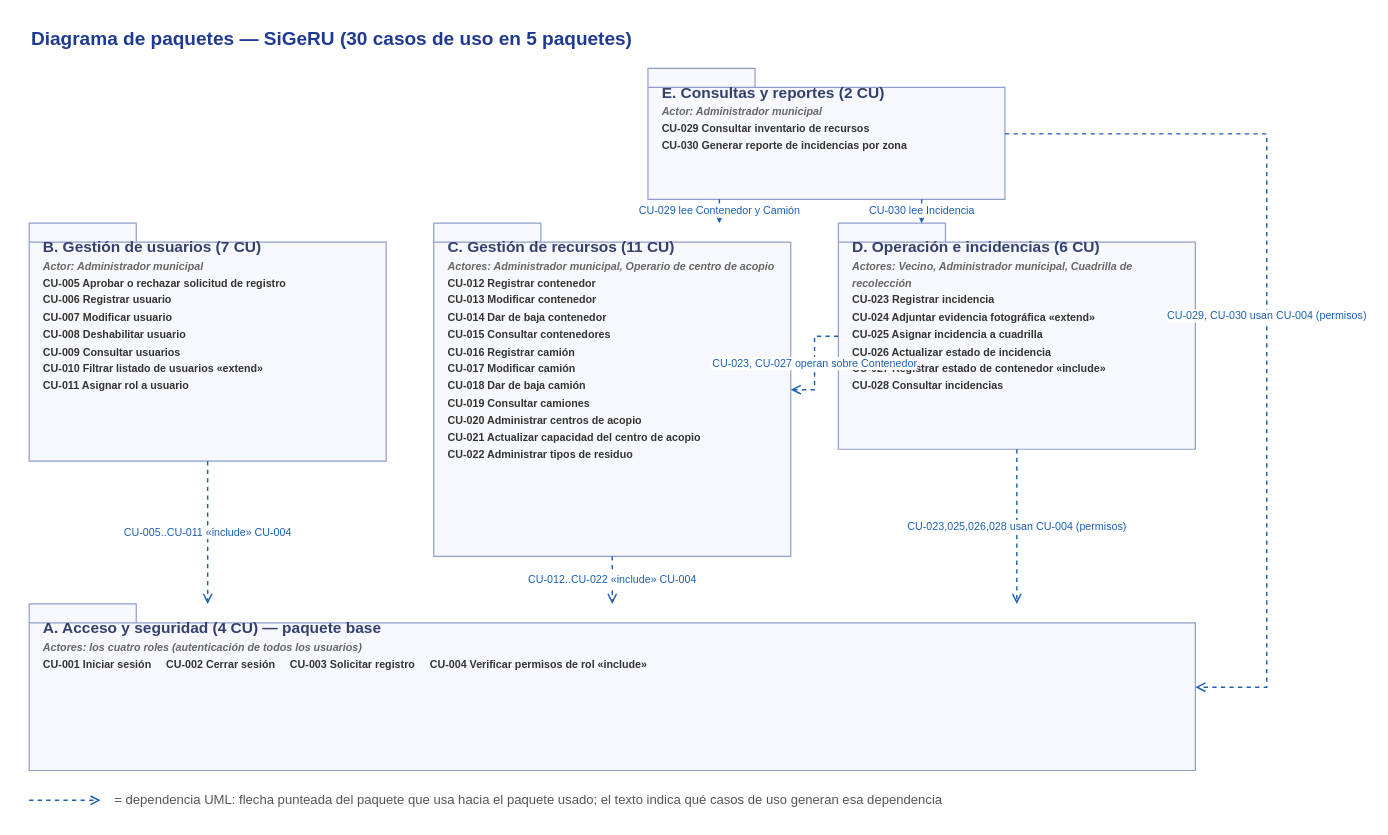
Before: ingenieria-software/Diagrama_Paquetes_SiGeRU.drawio in cosmos-esi-2026/sigeru, a draw.io diagram. Source tidied: cells renumbered, new cells numbered last; positions are measured from the earlier drawing's top-left corner, leaving out a move shared by most shapes. Both pictures are drawn from the tidied source at 119%, with x=0, y=0 at pixel (29, 20).
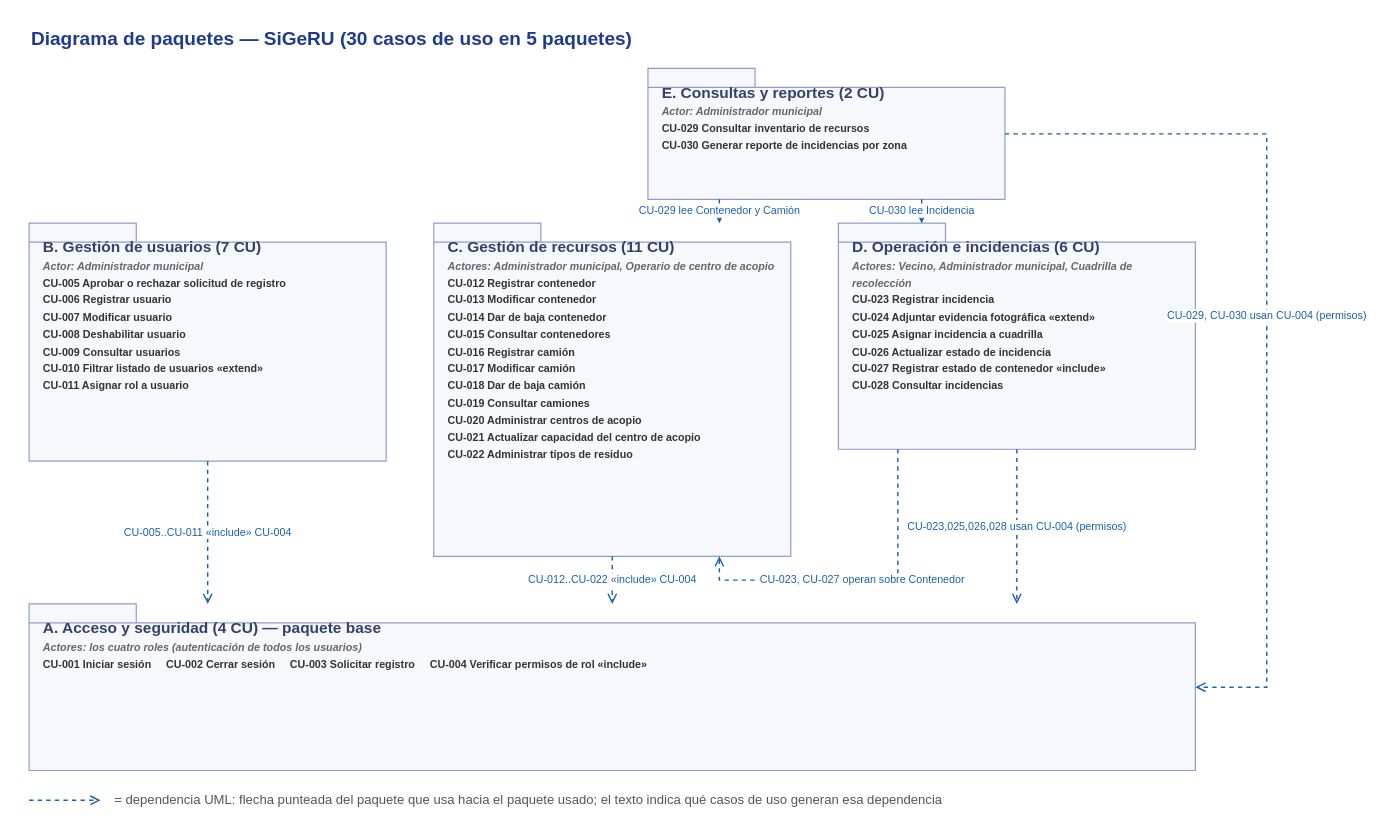
Above is the later version.

Commit message (it also covers changes not shown here):
Corrige el ruteo de aristas en los diagramas de clases y paquetes

The change refers to these unchanged cells:
```xml
<mxCell id="5" value="&lt;b style='font-size:13px;'&gt;C. Gestión de recursos (11 CU)&lt;/b&gt;&lt;br&gt;&lt;span style='font-style:italic;font-size:9px;color:#666666;'&gt;Actores: Administrador municipal, Operario de centro de acopio&lt;/span&gt;&lt;br&gt;&lt;span style='font-size:9px;color:#333333;'&gt;CU-012 Registrar contenedor&lt;br&gt;CU-013 Modificar contenedor&lt;br&gt;CU-014 Dar de baja contenedor&lt;br&gt;CU-015 Consultar contenedores&lt;br&gt;CU-016 Registrar camión&lt;br&gt;CU-017 Modificar camión&lt;br&gt;CU-018 Dar de baja camión&lt;br&gt;CU-019 Consultar camiones&lt;br&gt;CU-020 Administrar centros de acopio&lt;br&gt;CU-021 Actualizar capacidad del centro de acopio&lt;br&gt;CU-022 Administrar tipos de residuo&lt;/span&gt;" style="shape=folder;fontStyle=1;spacingTop=6;tabWidth=90;tabHeight=16;tabPosition=left;html=1;whiteSpace=wrap;verticalAlign=top;align=left;spacingLeft=10;spacingRight=6;fillColor=#f7f8fd;strokeColor=#8f9dc9;fontColor=#33406b;" parent="1" vertex="1">
  <mxGeometry x="340" y="170" width="300" height="280" as="geometry" />
</mxCell>
<mxCell id="6" value="&lt;b style='font-size:13px;'&gt;D. Operación e incidencias (6 CU)&lt;/b&gt;&lt;br&gt;&lt;span style='font-style:italic;font-size:9px;color:#666666;'&gt;Actores: Vecino, Administrador municipal, Cuadrilla de recolección&lt;/span&gt;&lt;br&gt;&lt;span style='font-size:9px;color:#333333;'&gt;CU-023 Registrar incidencia&lt;br&gt;CU-024 Adjuntar evidencia fotográfica «extend»&lt;br&gt;CU-025 Asignar incidencia a cuadrilla&lt;br&gt;CU-026 Actualizar estado de incidencia&lt;br&gt;CU-027 Registrar estado de contenedor «include»&lt;br&gt;CU-028 Consultar incidencias&lt;/span&gt;" style="shape=folder;fontStyle=1;spacingTop=6;tabWidth=90;tabHeight=16;tabPosition=left;html=1;whiteSpace=wrap;verticalAlign=top;align=left;spacingLeft=10;spacingRight=6;fillColor=#f7f8fd;strokeColor=#8f9dc9;fontColor=#33406b;" parent="1" vertex="1">
  <mxGeometry x="680" y="170" width="300" height="190" as="geometry" />
</mxCell>
```

What changed in the source:
```diff
@@
-    <mxCell id="11" value="CU-023, CU-027 operan sobre Contenedor" style="edgeStyle=orthogonalEdgeStyle;rounded=0;jettySize=auto;html=1;dashed=1;endArrow=open;endFill=0;strokeColor=#1a5fb4;strokeWidth=1.2;fontSize=9;fontColor=#1a5fb4;labelBackgroundColor=#ffffff;exitX=0;exitY=0.5;exitDx=0;exitDy=0;entryX=1;entryY=0.5;entryDx=0;entryDy=0;" parent="1" edge="1" source="6" target="5">
-      <mxGeometry relative="1" as="geometry" />
+    <mxCell id="11" value="CU-023, CU-027 operan sobre Contenedor" style="edgeStyle=orthogonalEdgeStyle;rounded=0;jettySize=auto;html=1;dashed=1;endArrow=open;endFill=0;strokeColor=#1a5fb4;strokeWidth=1.2;fontSize=9;fontColor=#1a5fb4;labelBackgroundColor=#ffffff;exitX=0.1667;exitY=1;exitDx=0;exitDy=0;entryX=0.8;entryY=1;entryDx=0;entryDy=0;" parent="1" edge="1" source="6" target="5">
+      <mxGeometry relative="1" as="geometry">
+        <Array as="points">
+          <mxPoint x="730" y="470" />
+          <mxPoint x="580" y="470" />
+        </Array>
+      </mxGeometry>
     </mxCell>
```
